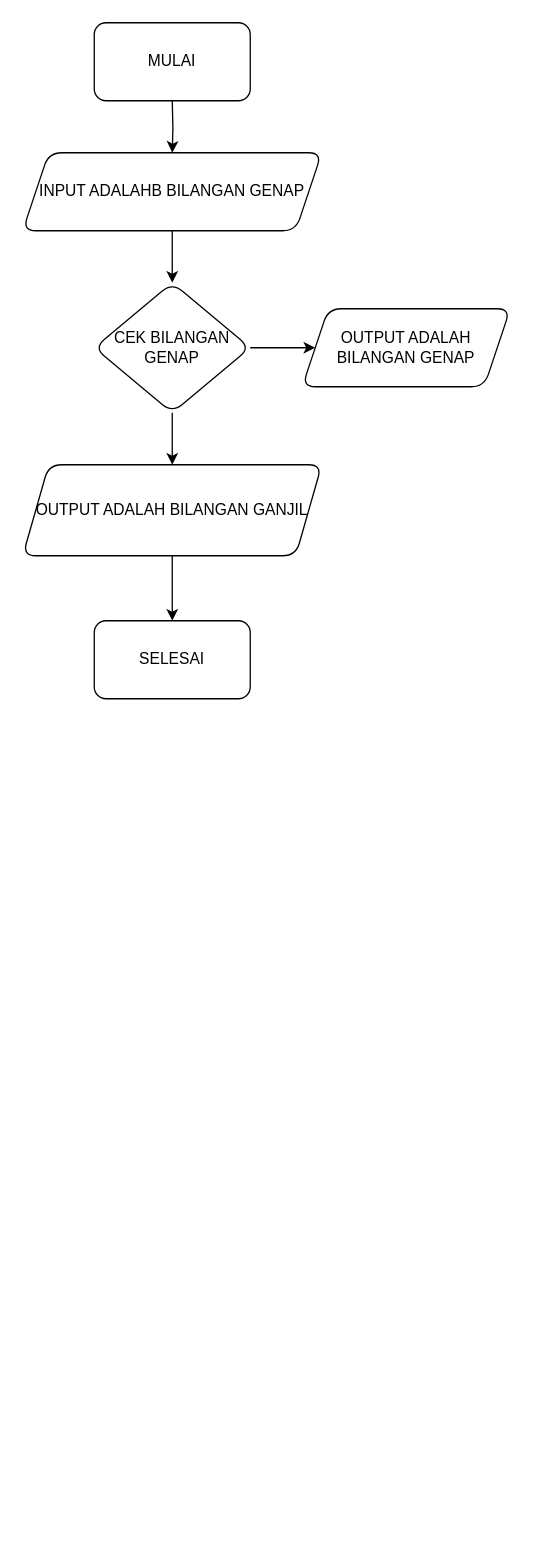
This is Untitled Diagram.drawio from zxkaryansz/algo_C_23241102, a draw.io file, before an edit. Source tidied: cells renumbered, new cells numbered last; positions are measured from the earlier drawing's top-left corner, leaving out a move shared by most shapes. Both pictures are drawn from the tidied source at 130%, with x=0, y=0 at pixel (22, 22).
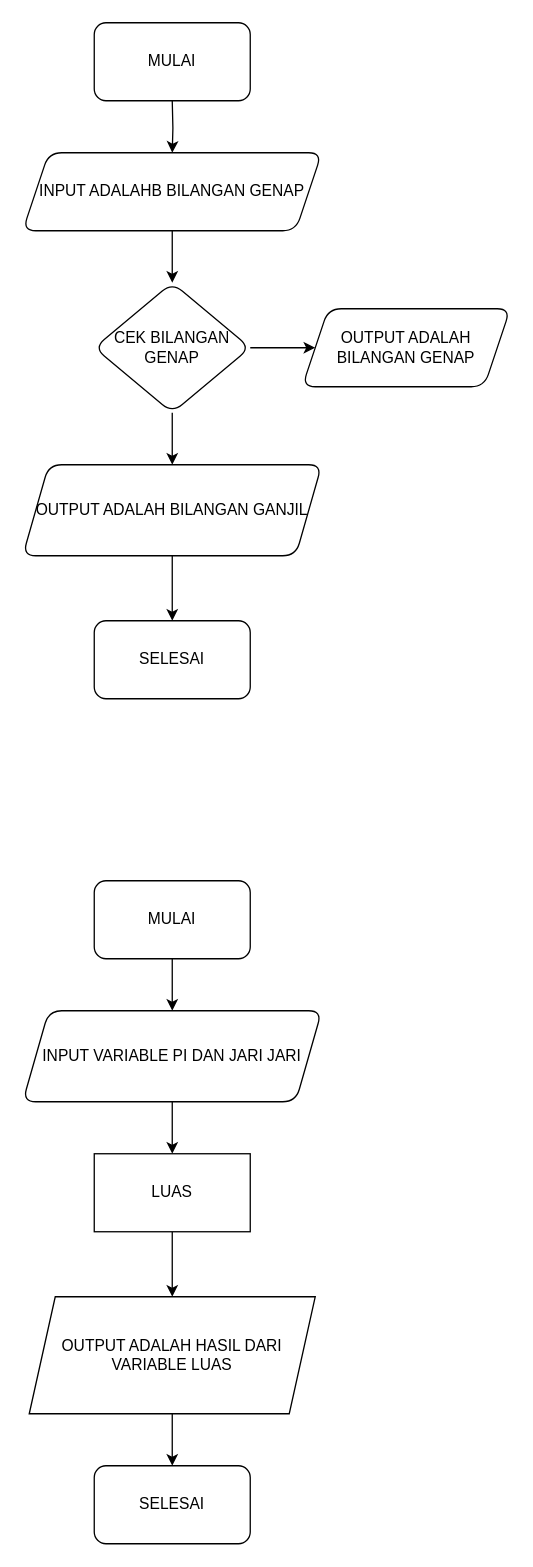
The same page after the edit.

The edit, as a diff of the source:
```diff
@@
+    <mxCell id="13" style="edgeStyle=orthogonalEdgeStyle;rounded=0;jettySize=auto;html=1;" parent="1" edge="1" source="14" target="16">
+      <mxGeometry relative="1" as="geometry" />
+    </mxCell>
+    <mxCell id="14" value="MULAI" style="rounded=1;whiteSpace=wrap;html=1;" parent="1" vertex="1">
+      <mxGeometry x="55" y="660" width="120" height="60" as="geometry" />
+    </mxCell>
+    <mxCell id="15" style="edgeStyle=orthogonalEdgeStyle;rounded=0;jettySize=auto;html=1;" parent="1" edge="1" source="16">
+      <mxGeometry relative="1" as="geometry">
+        <mxPoint x="115" y="870" as="targetPoint" />
+      </mxGeometry>
+    </mxCell>
+    <mxCell id="16" value="INPUT VARIABLE PI DAN JARI JARI" style="shape=parallelogram;perimeter=parallelogramPerimeter;whiteSpace=wrap;html=1;fixedSize=1;rounded=1;" parent="1" vertex="1">
+      <mxGeometry y="760" width="230" height="70" as="geometry" />
+    </mxCell>
+    <mxCell id="17" style="edgeStyle=orthogonalEdgeStyle;rounded=0;jettySize=auto;html=1;" parent="1" edge="1" source="18" target="20">
+      <mxGeometry relative="1" as="geometry" />
+    </mxCell>
+    <mxCell id="18" value="LUAS" style="rounded=0;whiteSpace=wrap;html=1;" parent="1" vertex="1">
+      <mxGeometry x="55" y="870" width="120" height="60" as="geometry" />
+    </mxCell>
+    <mxCell id="19" style="edgeStyle=orthogonalEdgeStyle;rounded=0;jettySize=auto;html=1;" parent="1" edge="1" source="20" target="21">
+      <mxGeometry relative="1" as="geometry" />
+    </mxCell>
+    <mxCell id="20" value="OUTPUT ADALAH HASIL DARI VARIABLE LUAS" style="shape=parallelogram;perimeter=parallelogramPerimeter;whiteSpace=wrap;html=1;fixedSize=1;rounded=0;" parent="1" vertex="1">
+      <mxGeometry x="5" y="980" width="220" height="90" as="geometry" />
+    </mxCell>
+    <mxCell id="21" value="SELESAI" style="rounded=1;whiteSpace=wrap;html=1;" parent="1" vertex="1">
+      <mxGeometry x="55" y="1110" width="120" height="60" as="geometry" />
+    </mxCell>
```
